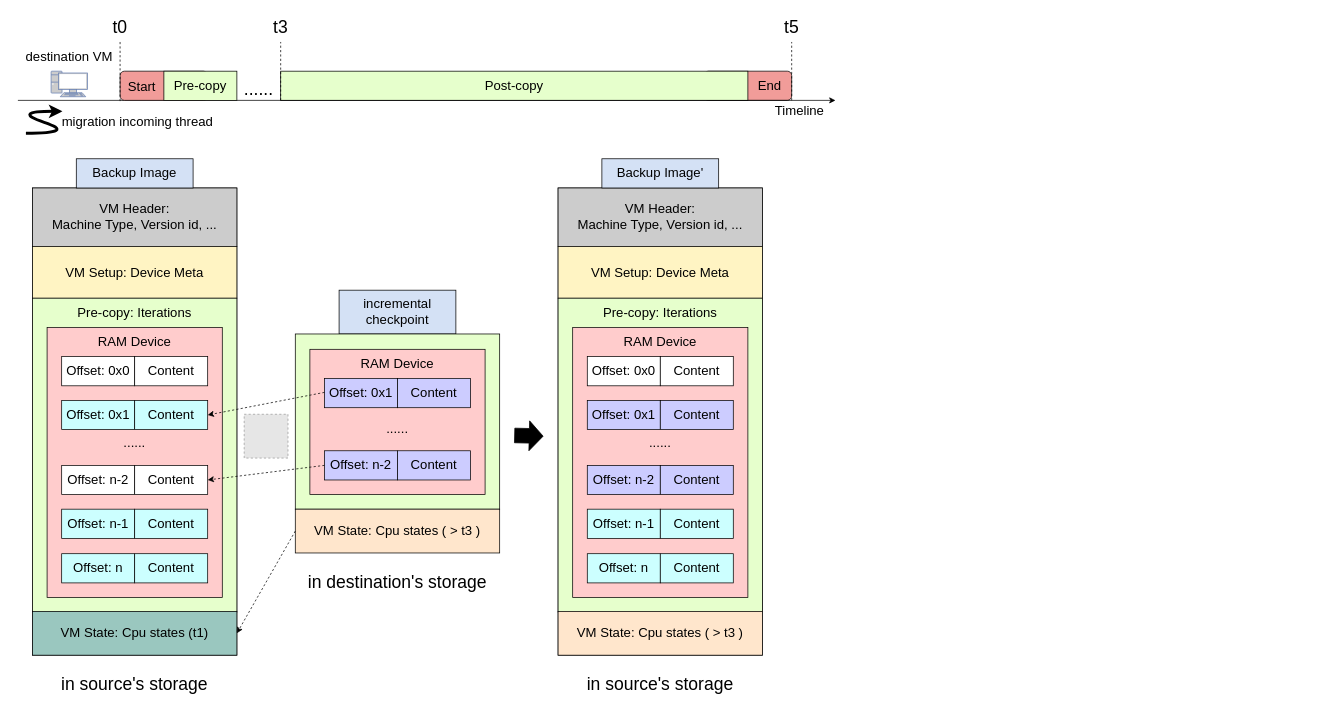
This is qemu-migration/final/backup img + replay 3.drawio from xuyizhe1999/drawio, a draw.io file, before an edit. Source tidied: cells renumbered, new cells numbered last; positions are measured from the earlier drawing's top-left corner, leaving out a move shared by most shapes. Both pictures are drawn from the tidied source at 73%, with x=0, y=0 at pixel (11, 12). Pictures stored in the file or linked from it are replaced by grey dashed boxes.
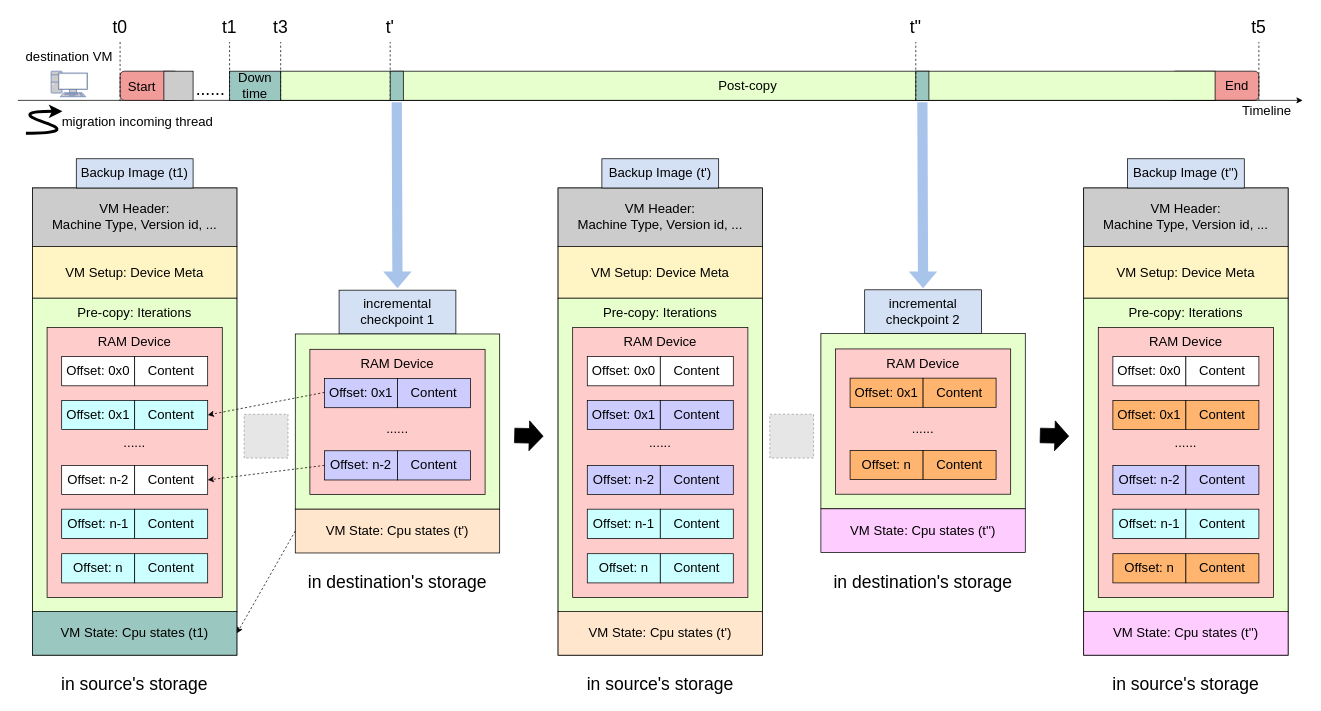
The same page after the edit.

The edit, as a diff of the source:
```diff
@@
-    <mxCell id="17" value="Backup Image" style="text;html=1;strokeColor=default;fillColor=#D4E1F5;align=center;verticalAlign=middle;whiteSpace=wrap;rounded=0;fontSize=18;" parent="1" vertex="1">
+    <mxCell id="17" value="Backup Image (t1)" style="text;html=1;strokeColor=default;fillColor=#D4E1F5;align=center;verticalAlign=middle;whiteSpace=wrap;rounded=0;fontSize=18;" parent="1" vertex="1">
       <mxGeometry x="89" y="200" width="160" height="40" as="geometry" />
     </mxCell>
@@
     <mxCell id="22" style="rounded=1;whiteSpace=wrap;html=1;fontSize=18;fillColor=#F19C99;" parent="1" vertex="1">
-      <mxGeometry x="949" y="80" width="120" height="40" as="geometry" />
+      <mxGeometry x="1589" y="80" width="120" height="40" as="geometry" />
     </mxCell>
     <mxCell id="23" value="Post-copy" style="rounded=0;whiteSpace=wrap;html=1;fontSize=18;fillColor=#E6FFCC;" parent="1" vertex="1">
-      <mxGeometry x="369" y="80" width="640" height="40" as="geometry" />
+      <mxGeometry x="369" y="80" width="1280" height="40" as="geometry" />
     </mxCell>
     <mxCell id="24" value="&lt;font style=&quot;font-size: 18px;&quot;&gt;End&lt;/font&gt;" style="text;html=1;strokeColor=none;fillColor=none;align=center;verticalAlign=middle;whiteSpace=wrap;rounded=0;" parent="1" vertex="1">
-      <mxGeometry x="1009" y="85" width="60" height="30" as="geometry" />
+      <mxGeometry x="1649" y="85" width="60" height="30" as="geometry" />
     </mxCell>
     <mxCell id="25" style="endArrow=none;html=1;rounded=0;dashed=1;" parent="1" edge="1">
       <mxGeometry relative="1" as="geometry">
-        <mxPoint x="1069" y="120" as="sourcePoint" />
-        <mxPoint x="1069" y="40" as="targetPoint" />
+        <mxPoint x="1709" y="120" as="sourcePoint" />
+        <mxPoint x="1709" y="40" as="targetPoint" />
       </mxGeometry>
     </mxCell>
@@
     <mxCell id="28" value="&lt;span style=&quot;font-size: 24px;&quot;&gt;t5&lt;/span&gt;" style="text;html=1;strokeColor=none;fillColor=none;align=center;verticalAlign=middle;whiteSpace=wrap;rounded=0;" parent="1" vertex="1">
-      <mxGeometry x="1049" width="40" height="40" as="geometry" />
+      <mxGeometry x="1689" width="40" height="40" as="geometry" />
     </mxCell>
     <mxCell id="29" style="endArrow=classic;html=1;rounded=0;fontSize=18;" parent="1" edge="1">
       <mxGeometry relative="1" as="geometry">
         <mxPoint x="9" y="120" as="sourcePoint" />
-        <mxPoint x="1129" y="120" as="targetPoint" />
+        <mxPoint x="1769" y="120" as="targetPoint" />
       </mxGeometry>
     </mxCell>
@@
     <mxCell id="34" style="rounded=1;whiteSpace=wrap;html=1;fillColor=#F19C99;" parent="1" vertex="1">
-      <mxGeometry x="149" y="80" width="120" height="40" as="geometry" />
+      <mxGeometry x="149" y="80" width="80" height="40" as="geometry" />
     </mxCell>
@@
-    <mxCell id="38" value="Pre-copy" style="rounded=0;whiteSpace=wrap;html=1;fontSize=18;fillColor=#E6FFCC;" parent="1" vertex="1">
-      <mxGeometry x="209" y="80" width="100" height="40" as="geometry" />
-    </mxCell>
     <mxCell id="39" value="&lt;font style=&quot;font-size: 24px;&quot;&gt;......&lt;/font&gt;" style="text;html=1;strokeColor=none;fillColor=none;align=center;verticalAlign=middle;whiteSpace=wrap;rounded=0;" parent="1" vertex="1">
-      <mxGeometry x="309" y="90" width="60" height="30" as="geometry" />
+      <mxGeometry x="243" y="90" width="60" height="30" as="geometry" />
     </mxCell>
     <mxCell id="40" value="Timeline" style="text;html=1;strokeColor=none;fillColor=none;align=center;verticalAlign=middle;whiteSpace=wrap;rounded=0;fontSize=18;" parent="1" vertex="1">
-      <mxGeometry x="1030" y="120" width="100" height="30" as="geometry" />
+      <mxGeometry x="1670" y="120" width="100" height="30" as="geometry" />
     </mxCell>
-    <mxCell id="41" value="incremental checkpoint" style="text;html=1;strokeColor=default;fillColor=#D4E1F5;align=center;verticalAlign=middle;whiteSpace=wrap;rounded=0;fontSize=18;" parent="1" vertex="1">
+    <mxCell id="41" value="incremental checkpoint 1" style="text;html=1;strokeColor=default;fillColor=#D4E1F5;align=center;verticalAlign=middle;whiteSpace=wrap;rounded=0;fontSize=18;" parent="1" vertex="1">
       <mxGeometry x="449" y="380" width="160" height="60" as="geometry" />
     </mxCell>
@@
-    <mxCell id="45" value="&lt;font style=&quot;font-size: 18px;&quot;&gt;VM State: Cpu states ( &amp;gt; t3 )&lt;/font&gt;" style="rounded=0;whiteSpace=wrap;html=1;fillColor=#FFE6CC;" parent="1" vertex="1">
+    <mxCell id="45" value="&lt;font style=&quot;font-size: 18px;&quot;&gt;VM State: Cpu states (t')&lt;/font&gt;" style="rounded=0;whiteSpace=wrap;html=1;fillColor=#FFE6CC;" parent="1" vertex="1">
       <mxGeometry x="389" y="680" width="280" height="60" as="geometry" />
     </mxCell>
@@
-    <mxCell id="68" value="&lt;font style=&quot;font-size: 18px;&quot;&gt;VM State: Cpu states ( &amp;gt; t3 )&lt;/font&gt;" style="rounded=0;whiteSpace=wrap;html=1;fillColor=#FFE6CC;" parent="1" vertex="1">
+    <mxCell id="68" value="&lt;font style=&quot;font-size: 18px;&quot;&gt;VM State: Cpu states (t')&lt;/font&gt;" style="rounded=0;whiteSpace=wrap;html=1;fillColor=#FFE6CC;" parent="1" vertex="1">
       <mxGeometry x="749" y="820" width="280" height="60" as="geometry" />
     </mxCell>
-    <mxCell id="69" value="Backup Image'" style="text;html=1;strokeColor=default;fillColor=#D4E1F5;align=center;verticalAlign=middle;whiteSpace=wrap;rounded=0;fontSize=18;" parent="1" vertex="1">
+    <mxCell id="69" value="Backup Image (t')" style="text;html=1;strokeColor=default;fillColor=#D4E1F5;align=center;verticalAlign=middle;whiteSpace=wrap;rounded=0;fontSize=18;" parent="1" vertex="1">
       <mxGeometry x="809" y="200" width="160" height="40" as="geometry" />
     </mxCell>
@@
+    <mxCell id="79" value="incremental checkpoint 2" style="text;html=1;strokeColor=default;fillColor=#D4E1F5;align=center;verticalAlign=middle;whiteSpace=wrap;rounded=0;fontSize=18;" parent="1" vertex="1">
+      <mxGeometry x="1169" y="379.5" width="160" height="60" as="geometry" />
+    </mxCell>
+    <mxCell id="80" style="rounded=0;whiteSpace=wrap;html=1;fillColor=#E6FFCC;" parent="1" vertex="1">
+      <mxGeometry x="1109" y="439.5" width="280" height="240" as="geometry" />
+    </mxCell>
+    <mxCell id="81" style="rounded=0;whiteSpace=wrap;html=1;fillColor=#FFCCCC;" parent="1" vertex="1">
+      <mxGeometry x="1129" y="460.5" width="240" height="199" as="geometry" />
+    </mxCell>
+    <mxCell id="82" value="&lt;font style=&quot;font-size: 18px;&quot;&gt;RAM Device&lt;/font&gt;" style="text;html=1;strokeColor=none;fillColor=none;align=center;verticalAlign=middle;whiteSpace=wrap;rounded=0;" parent="1" vertex="1">
+      <mxGeometry x="1129" y="460.5" width="240" height="40" as="geometry" />
+    </mxCell>
+    <mxCell id="83" value="&lt;font style=&quot;font-size: 18px;&quot;&gt;VM State: Cpu states (t'')&lt;/font&gt;" style="rounded=0;whiteSpace=wrap;html=1;fillColor=#FFCCFF;" parent="1" vertex="1">
+      <mxGeometry x="1109" y="679.5" width="280" height="60" as="geometry" />
+    </mxCell>
+    <mxCell id="84" value="&lt;font style=&quot;font-size: 18px;&quot;&gt;Offset: 0x1&lt;/font&gt;" style="rounded=0;whiteSpace=wrap;html=1;fillColor=#FFB570;" parent="1" vertex="1">
+      <mxGeometry x="1149" y="500.5" width="100" height="40" as="geometry" />
+    </mxCell>
+    <mxCell id="85" value="&lt;font style=&quot;font-size: 18px;&quot;&gt;Content&lt;/font&gt;" style="rounded=0;whiteSpace=wrap;html=1;fillColor=#FFB570;" parent="1" vertex="1">
+      <mxGeometry x="1249" y="500.5" width="100" height="40" as="geometry" />
+    </mxCell>
+    <mxCell id="86" value="&lt;font style=&quot;font-size: 18px;&quot;&gt;......&lt;/font&gt;" style="text;html=1;strokeColor=none;fillColor=none;align=center;verticalAlign=middle;whiteSpace=wrap;rounded=0;" parent="1" vertex="1">
+      <mxGeometry x="1219" y="559.5" width="60" height="20" as="geometry" />
+    </mxCell>
+    <mxCell id="87" value="&lt;font style=&quot;font-size: 18px;&quot;&gt;Offset: n&lt;/font&gt;" style="rounded=0;whiteSpace=wrap;html=1;fillColor=#FFB570;" parent="1" vertex="1">
+      <mxGeometry x="1149" y="599.5" width="100" height="40" as="geometry" />
+    </mxCell>
+    <mxCell id="88" value="&lt;font style=&quot;font-size: 18px;&quot;&gt;Content&lt;/font&gt;" style="rounded=0;whiteSpace=wrap;html=1;fillColor=#FFB570;" parent="1" vertex="1">
+      <mxGeometry x="1249" y="599.5" width="100" height="40" as="geometry" />
+    </mxCell>
+    <mxCell id="89" value="&lt;font style=&quot;font-size: 24px;&quot;&gt;in destination's storage&lt;/font&gt;" style="text;html=1;strokeColor=none;fillColor=none;align=center;verticalAlign=middle;whiteSpace=wrap;rounded=0;" parent="1" vertex="1">
+      <mxGeometry x="1109" y="760.5" width="280" height="40" as="geometry" />
+    </mxCell>
+    <mxCell id="90" style="fillColor=#E6E6E6;strokeColor=#999999;dashed=1;html=1;verticalAlign=top;verticalLabelPosition=bottom;labelBackgroundColor=#ffffff;" parent="1" vertex="1">
+      <mxGeometry x="1039" y="550" width="60" height="60" as="geometry" />
+    </mxCell>
+    <mxCell id="91" style="shape=flexArrow;endArrow=classic;html=1;rounded=0;width=20;fillColor=#000000;" parent="1" edge="1">
+      <mxGeometry relative="1" as="geometry">
+        <mxPoint x="1409" y="579" as="sourcePoint" />
+        <mxPoint x="1449" y="580" as="targetPoint" />
+      </mxGeometry>
+    </mxCell>
+    <mxCell id="92" style="rounded=0;whiteSpace=wrap;html=1;" parent="1" vertex="1">
+      <mxGeometry x="1469" y="240" width="280" height="640" as="geometry" />
+    </mxCell>
+    <mxCell id="93" value="&lt;font style=&quot;font-size: 18px;&quot;&gt;VM Header:&lt;br&gt;Machine Type, Version id, ...&lt;/font&gt;" style="rounded=0;whiteSpace=wrap;html=1;fillColor=#CCCCCC;" parent="1" vertex="1">
+      <mxGeometry x="1469" y="240" width="280" height="80" as="geometry" />
+    </mxCell>
+    <mxCell id="94" value="&lt;font style=&quot;font-size: 18px;&quot;&gt;VM Setup: Device Meta&lt;br&gt;&lt;/font&gt;" style="rounded=0;whiteSpace=wrap;html=1;fillColor=#FFF4C3;" parent="1" vertex="1">
+      <mxGeometry x="1469" y="320" width="280" height="71" as="geometry" />
+    </mxCell>
+    <mxCell id="95" style="rounded=0;whiteSpace=wrap;html=1;fillColor=#E6FFCC;" parent="1" vertex="1">
+      <mxGeometry x="1469" y="391" width="280" height="430" as="geometry" />
+    </mxCell>
+    <mxCell id="96" value="&lt;font style=&quot;font-size: 18px;&quot;&gt;Pre-copy: Iterations&lt;/font&gt;" style="text;html=1;strokeColor=none;fillColor=none;align=center;verticalAlign=middle;whiteSpace=wrap;rounded=0;" parent="1" vertex="1">
+      <mxGeometry x="1469" y="391" width="280" height="40" as="geometry" />
+    </mxCell>
+    <mxCell id="97" style="rounded=0;whiteSpace=wrap;html=1;fillColor=#FFCCCC;" parent="1" vertex="1">
+      <mxGeometry x="1489" y="431" width="240" height="370" as="geometry" />
+    </mxCell>
+    <mxCell id="98" value="&lt;font style=&quot;font-size: 18px;&quot;&gt;Offset: 0x0&lt;/font&gt;" style="rounded=0;whiteSpace=wrap;html=1;" parent="1" vertex="1">
+      <mxGeometry x="1509" y="471" width="100" height="40" as="geometry" />
+    </mxCell>
+    <mxCell id="99" value="&lt;font style=&quot;font-size: 18px;&quot;&gt;Content&lt;/font&gt;" style="rounded=0;whiteSpace=wrap;html=1;" parent="1" vertex="1">
+      <mxGeometry x="1609" y="471" width="100" height="40" as="geometry" />
+    </mxCell>
+    <mxCell id="100" value="&lt;font style=&quot;font-size: 18px;&quot;&gt;RAM Device&lt;/font&gt;" style="text;html=1;strokeColor=none;fillColor=none;align=center;verticalAlign=middle;whiteSpace=wrap;rounded=0;" parent="1" vertex="1">
+      <mxGeometry x="1489" y="431" width="240" height="40" as="geometry" />
+    </mxCell>
+    <mxCell id="101" value="&lt;font style=&quot;font-size: 18px;&quot;&gt;Offset: 0x1&lt;/font&gt;" style="rounded=0;whiteSpace=wrap;html=1;fillColor=#FFB570;" parent="1" vertex="1">
+      <mxGeometry x="1509" y="531" width="100" height="40" as="geometry" />
+    </mxCell>
+    <mxCell id="102" value="&lt;font style=&quot;font-size: 18px;&quot;&gt;Content&lt;/font&gt;" style="rounded=0;whiteSpace=wrap;html=1;fillColor=#FFB570;" parent="1" vertex="1">
+      <mxGeometry x="1609" y="531" width="100" height="40" as="geometry" />
+    </mxCell>
+    <mxCell id="103" value="&lt;font style=&quot;font-size: 18px;&quot;&gt;......&lt;/font&gt;" style="text;html=1;strokeColor=none;fillColor=none;align=center;verticalAlign=middle;whiteSpace=wrap;rounded=0;" parent="1" vertex="1">
+      <mxGeometry x="1579" y="580" width="60" height="20" as="geometry" />
+    </mxCell>
+    <mxCell id="104" value="&lt;font style=&quot;font-size: 18px;&quot;&gt;Offset: n&lt;/font&gt;" style="rounded=0;whiteSpace=wrap;html=1;fillColor=#FFB570;" parent="1" vertex="1">
+      <mxGeometry x="1509" y="741" width="100" height="40" as="geometry" />
+    </mxCell>
+    <mxCell id="105" value="&lt;font style=&quot;font-size: 18px;&quot;&gt;Content&lt;/font&gt;" style="rounded=0;whiteSpace=wrap;html=1;fillColor=#FFB570;" parent="1" vertex="1">
+      <mxGeometry x="1609" y="741" width="100" height="40" as="geometry" />
+    </mxCell>
+    <mxCell id="106" value="&lt;font style=&quot;font-size: 18px;&quot;&gt;VM State: Cpu states (t'')&lt;/font&gt;" style="rounded=0;whiteSpace=wrap;html=1;fillColor=#FFCCFF;" parent="1" vertex="1">
+      <mxGeometry x="1469" y="820" width="280" height="60" as="geometry" />
+    </mxCell>
+    <mxCell id="107" value="Backup Image (t'')" style="text;html=1;strokeColor=default;fillColor=#D4E1F5;align=center;verticalAlign=middle;whiteSpace=wrap;rounded=0;fontSize=18;" parent="1" vertex="1">
+      <mxGeometry x="1529" y="200" width="160" height="40" as="geometry" />
+    </mxCell>
+    <mxCell id="108" value="&lt;font style=&quot;font-size: 18px;&quot;&gt;Offset: n-2&lt;/font&gt;" style="rounded=0;whiteSpace=wrap;html=1;fillColor=#CCCCFF;" parent="1" vertex="1">
+      <mxGeometry x="1509" y="620" width="100" height="40" as="geometry" />
+    </mxCell>
+    <mxCell id="109" value="&lt;font style=&quot;font-size: 18px;&quot;&gt;Content&lt;/font&gt;" style="rounded=0;whiteSpace=wrap;html=1;fillColor=#CCCCFF;" parent="1" vertex="1">
+      <mxGeometry x="1609" y="620" width="100" height="40" as="geometry" />
+    </mxCell>
+    <mxCell id="110" value="&lt;font style=&quot;font-size: 18px;&quot;&gt;Offset: n-1&lt;/font&gt;" style="rounded=0;whiteSpace=wrap;html=1;fillColor=#CCFFFF;" parent="1" vertex="1">
+      <mxGeometry x="1509" y="680" width="100" height="40" as="geometry" />
+    </mxCell>
+    <mxCell id="111" value="&lt;font style=&quot;font-size: 18px;&quot;&gt;Content&lt;/font&gt;" style="rounded=0;whiteSpace=wrap;html=1;fillColor=#CCFFFF;" parent="1" vertex="1">
+      <mxGeometry x="1609" y="680" width="100" height="40" as="geometry" />
+    </mxCell>
+    <mxCell id="112" value="&lt;font style=&quot;font-size: 24px;&quot;&gt;in source's storage&lt;/font&gt;" style="text;html=1;strokeColor=none;fillColor=none;align=center;verticalAlign=middle;whiteSpace=wrap;rounded=0;" parent="1" vertex="1">
+      <mxGeometry x="1489" y="900" width="240" height="40" as="geometry" />
+    </mxCell>
+    <mxCell id="113" style="shape=flexArrow;endArrow=classic;html=1;rounded=0;strokeColor=none;fillColor=#A9C4EB;strokeWidth=5;entryX=0.5;entryY=0;entryDx=0;entryDy=0;" parent="1" edge="1" target="41">
+      <mxGeometry relative="1" as="geometry">
+        <mxPoint x="528" y="120" as="sourcePoint" />
+      </mxGeometry>
+    </mxCell>
+    <mxCell id="114" style="shape=flexArrow;endArrow=classic;html=1;rounded=0;strokeColor=none;fillColor=#A9C4EB;strokeWidth=5;entryX=0.5;entryY=0;entryDx=0;entryDy=0;" parent="1" edge="1">
+      <mxGeometry relative="1" as="geometry">
+        <mxPoint x="1248" y="120" as="sourcePoint" />
+        <mxPoint x="1249" y="380" as="targetPoint" />
+      </mxGeometry>
+    </mxCell>
+    <mxCell id="115" style="endArrow=none;html=1;rounded=0;dashed=1;" parent="1" edge="1">
+      <mxGeometry relative="1" as="geometry">
+        <mxPoint x="519" y="120" as="sourcePoint" />
+        <mxPoint x="519" y="40" as="targetPoint" />
+      </mxGeometry>
+    </mxCell>
+    <mxCell id="116" value="&lt;span style=&quot;font-size: 24px;&quot;&gt;t'&lt;/span&gt;" style="text;html=1;strokeColor=none;fillColor=none;align=center;verticalAlign=middle;whiteSpace=wrap;rounded=0;" parent="1" vertex="1">
+      <mxGeometry x="499" width="40" height="40" as="geometry" />
+    </mxCell>
+    <mxCell id="117" value="&lt;span style=&quot;font-size: 24px;&quot;&gt;t''&lt;/span&gt;" style="text;html=1;strokeColor=none;fillColor=none;align=center;verticalAlign=middle;whiteSpace=wrap;rounded=0;" parent="1" vertex="1">
+      <mxGeometry x="1219" width="40" height="40" as="geometry" />
+    </mxCell>
+    <mxCell id="118" style="rounded=0;whiteSpace=wrap;html=1;fontSize=18;fillColor=#CCCCCC;" parent="1" vertex="1">
+      <mxGeometry x="209" y="80" width="40" height="40" as="geometry" />
+    </mxCell>
+    <mxCell id="119" value="Down&lt;br&gt;time" style="rounded=0;whiteSpace=wrap;html=1;fontSize=18;fillColor=#9AC7BF;" parent="1" vertex="1">
+      <mxGeometry x="299" y="80" width="70" height="40" as="geometry" />
+    </mxCell>
+    <mxCell id="120" style="endArrow=none;html=1;rounded=0;dashed=1;" parent="1" edge="1">
+      <mxGeometry relative="1" as="geometry">
+        <mxPoint x="299" y="120" as="sourcePoint" />
+        <mxPoint x="299" y="40" as="targetPoint" />
+      </mxGeometry>
+    </mxCell>
+    <mxCell id="121" value="&lt;span style=&quot;font-size: 24px;&quot;&gt;t1&lt;/span&gt;" style="text;html=1;strokeColor=none;fillColor=none;align=center;verticalAlign=middle;whiteSpace=wrap;rounded=0;" parent="1" vertex="1">
+      <mxGeometry x="279" width="40" height="40" as="geometry" />
+    </mxCell>
+    <mxCell id="122" style="rounded=0;whiteSpace=wrap;html=1;fillColor=#9AC7BF;" parent="1" vertex="1">
+      <mxGeometry x="519" y="80" width="18" height="40" as="geometry" />
+    </mxCell>
+    <mxCell id="123" style="endArrow=none;html=1;rounded=0;dashed=1;" parent="1" edge="1" target="124">
+      <mxGeometry relative="1" as="geometry">
+        <mxPoint x="1248" y="120" as="sourcePoint" />
+      </mxGeometry>
+    </mxCell>
+    <mxCell id="124" style="rounded=0;whiteSpace=wrap;html=1;fillColor=#9AC7BF;" parent="1" vertex="1">
+      <mxGeometry x="1239" y="80" width="18" height="40" as="geometry" />
+    </mxCell>
+    <mxCell id="125" style="endArrow=none;html=1;rounded=0;dashed=1;" parent="1" edge="1">
+      <mxGeometry relative="1" as="geometry">
+        <mxPoint x="1239" y="120" as="sourcePoint" />
+        <mxPoint x="1239" y="40" as="targetPoint" />
+      </mxGeometry>
+    </mxCell>
```
